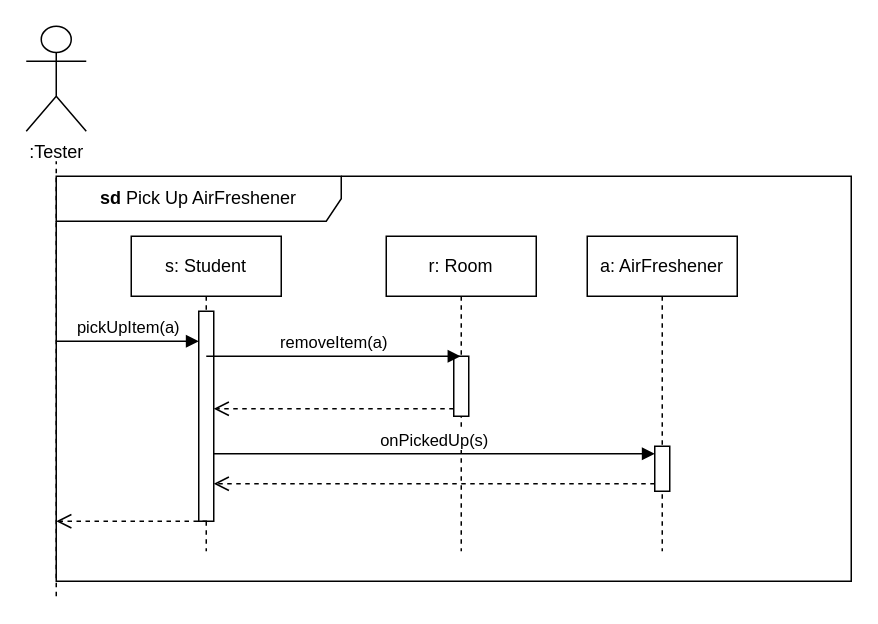
This is page "PickUpAirFreshener" (23 of 44) of Beadások/6. Beadás/Változás-Szekvencia.drawio from XanleR/U.B.R.---Projlab-2024, a draw.io file, before an edit. Source tidied: cells renumbered, new cells numbered last; positions are measured from the earlier drawing's top-left corner, leaving out a move shared by most shapes. Both pictures are drawn from the tidied source at 150%, with x=0, y=0 at pixel (26, 26).
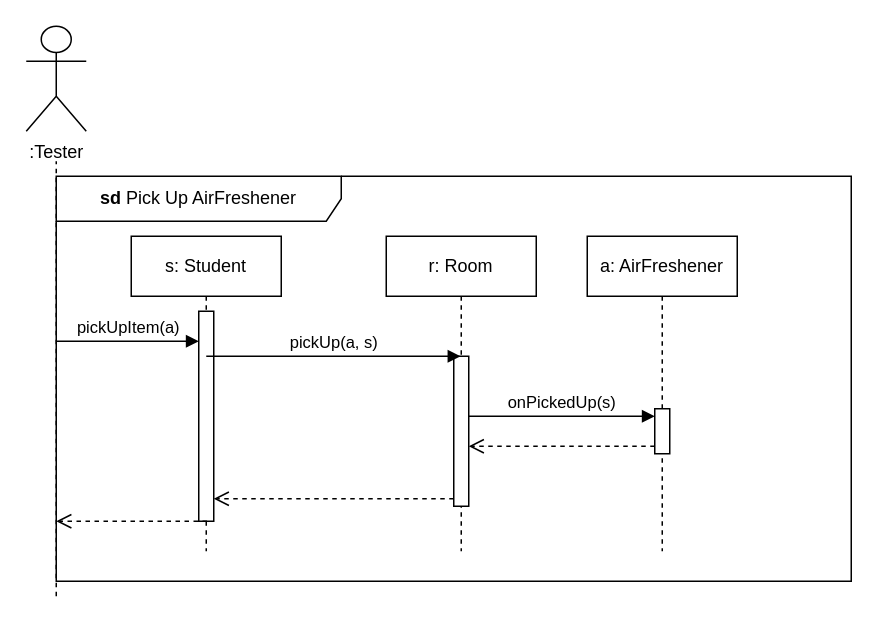
The same page after the edit.

The change refers to these unchanged cells:
```xml
<mxCell id="3" style="html=1;points=[[0,0,0,0,5],[0,1,0,0,-5],[1,0,0,0,5],[1,1,0,0,-5]];perimeter=orthogonalPerimeter;outlineConnect=0;targetShapes=umlLifeline;portConstraint=eastwest;newEdgeStyle={&quot;curved&quot;:0,&quot;rounded&quot;:0};" parent="2" vertex="1">
  <mxGeometry x="45" y="50" width="10" height="140" as="geometry" />
</mxCell>
<mxCell id="4" value="r: Room" style="shape=umlLifeline;perimeter=lifelinePerimeter;whiteSpace=wrap;html=1;newEdgeStyle={&quot;curved&quot;:0,&quot;rounded&quot;:0};" parent="1" vertex="1">
  <mxGeometry x="240" y="140" width="100" height="210" as="geometry" />
</mxCell>
<mxCell id="6" value="a: AirFreshener" style="shape=umlLifeline;perimeter=lifelinePerimeter;whiteSpace=wrap;html=1;newEdgeStyle={&quot;curved&quot;:0,&quot;rounded&quot;:0};" parent="1" vertex="1">
  <mxGeometry x="374" y="140" width="100" height="210" as="geometry" />
</mxCell>
```

What changed in the source:
```diff
@@
     <mxCell id="5" style="html=1;points=[[0,0,0,0,5],[0,1,0,0,-5],[1,0,0,0,5],[1,1,0,0,-5]];perimeter=orthogonalPerimeter;outlineConnect=0;targetShapes=umlLifeline;portConstraint=eastwest;newEdgeStyle={&quot;curved&quot;:0,&quot;rounded&quot;:0};" parent="4" vertex="1">
-      <mxGeometry x="45" y="80" width="10" height="40" as="geometry" />
+      <mxGeometry x="45" y="80" width="10" height="100" as="geometry" />
     </mxCell>
@@
     <mxCell id="7" style="html=1;points=[[0,0,0,0,5],[0,1,0,0,-5],[1,0,0,0,5],[1,1,0,0,-5]];perimeter=orthogonalPerimeter;outlineConnect=0;targetShapes=umlLifeline;portConstraint=eastwest;newEdgeStyle={&quot;curved&quot;:0,&quot;rounded&quot;:0};" parent="6" vertex="1">
-      <mxGeometry x="45" y="140" width="10" height="30" as="geometry" />
+      <mxGeometry x="45" y="115" width="10" height="30" as="geometry" />
     </mxCell>
+    <mxCell id="11" style="html=1;verticalAlign=bottom;endArrow=open;dashed=1;endSize=8;curved=0;rounded=0;exitX=0;exitY=1;exitDx=0;exitDy=-5;exitPerimeter=0;" parent="6" edge="1" source="7">
+      <mxGeometry relative="1" as="geometry">
+        <mxPoint x="-79" y="140" as="targetPoint" />
+      </mxGeometry>
+    </mxCell>
+    <mxCell id="16" value="onPickedUp(s)" style="html=1;verticalAlign=bottom;endArrow=block;curved=0;rounded=0;entryX=0;entryY=0;entryDx=0;entryDy=5;entryPerimeter=0;" parent="6" edge="1" target="7">
+      <mxGeometry relative="1" as="geometry">
+        <mxPoint x="-79" y="120" as="sourcePoint" />
+      </mxGeometry>
+    </mxCell>
-    <mxCell id="8" value="removeItem(a)" style="html=1;verticalAlign=bottom;endArrow=block;curved=0;rounded=0;" parent="1" edge="1">
+    <mxCell id="8" value="pickUp(a, s)" style="html=1;verticalAlign=bottom;endArrow=block;curved=0;rounded=0;" parent="1" edge="1">
       <mxGeometry relative="1" as="geometry">
         <mxPoint x="120" y="220" as="sourcePoint" />
         <mxPoint x="289.5" y="220" as="targetPoint" />
         <Array as="points">
           <mxPoint x="160" y="220" />
         </Array>
       </mxGeometry>
     </mxCell>
@@
-    <mxCell id="11" style="html=1;verticalAlign=bottom;endArrow=open;dashed=1;endSize=8;curved=0;rounded=0;exitX=0;exitY=1;exitDx=0;exitDy=-5;exitPerimeter=0;" parent="1" edge="1" source="7" target="3">
-      <mxGeometry relative="1" as="geometry" />
-    </mxCell>
@@
-    <mxCell id="16" value="onPickedUp(s)" style="html=1;verticalAlign=bottom;endArrow=block;curved=0;rounded=0;entryX=0;entryY=0;entryDx=0;entryDy=5;entryPerimeter=0;" parent="1" edge="1" source="3" target="7">
-      <mxGeometry relative="1" as="geometry" />
-    </mxCell>
```
